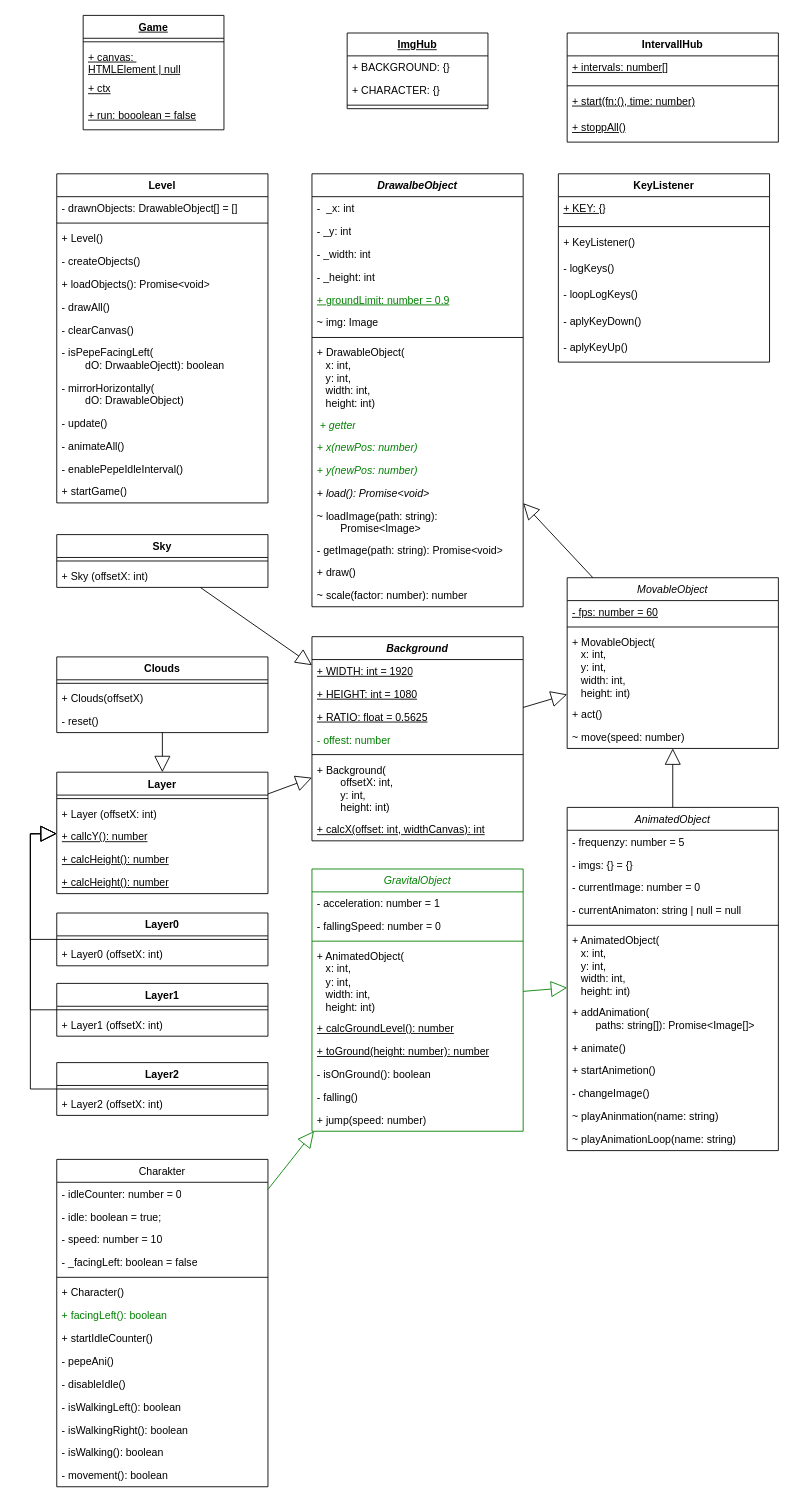
elma1989/el-pollo-loco keeps this draw.io diagram as docs/classes.drawio. Above is the earlier version. Source tidied: cells renumbered, new cells numbered last; positions are measured from the earlier drawing's top-left corner, leaving out a move shared by most shapes. Both pictures are drawn from the tidied source at 88%, with x=0, y=0 at pixel (30, 15).
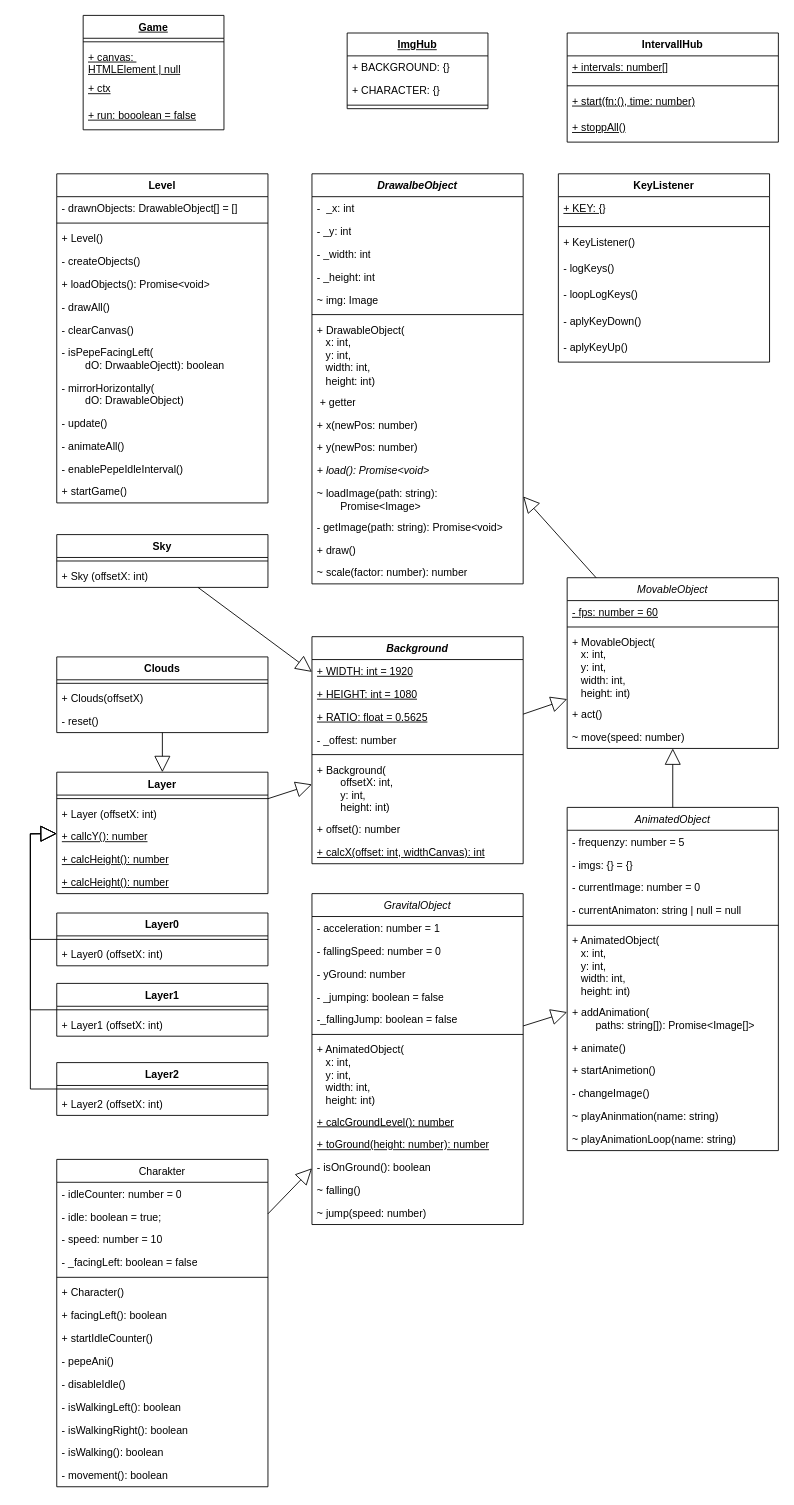
After the change.

Commit message (it also covers changes not shown here):
doc: Upated classes.drawio - Updated to gravitation (#52)

The change refers to these unchanged cells:
```xml
<mxCell id="91" value="AnimatedObject" style="swimlane;align=center;verticalAlign=top;horizontal=1;startSize=26;whiteSpace=wrap;html=1;strokeColor=default;fontStyle=2;" parent="1" vertex="1">
  <mxGeometry x="610" y="900" width="240" height="390" as="geometry" />
</mxCell>
<mxCell id="113" value="Charakter" style="swimlane;align=center;verticalAlign=top;horizontal=1;startSize=26;whiteSpace=wrap;html=1;strokeColor=default;fontStyle=0;" parent="1" vertex="1">
  <mxGeometry x="30" y="1300" width="240" height="372" as="geometry" />
</mxCell>
```

The edit, as a diff of the source:
```diff
@@
     <mxCell id="11" value="DrawalbeObject" style="swimlane;fontStyle=3;align=center;verticalAlign=top;horizontal=1;startSize=26;whiteSpace=wrap;html=1;" parent="1" vertex="1">
-      <mxGeometry x="320" y="180" width="240" height="492" as="geometry" />
+      <mxGeometry x="320" y="180" width="240" height="466" as="geometry" />
     </mxCell>
@@
-    <mxCell id="16" value="+ groundLimit: number = 0.9" style="text;strokeColor=none;fillColor=none;align=left;verticalAlign=top;spacingLeft=4;spacingRight=4;overflow=hidden;whiteSpace=wrap;html=1;fontStyle=4;fontColor=light-dark(#008000,#80FF80);" parent="11" vertex="1">
-      <mxGeometry y="130" width="240" height="26" as="geometry" />
-    </mxCell>
     <mxCell id="17" value="~ img: Image" style="text;strokeColor=none;fillColor=none;align=left;verticalAlign=top;spacingLeft=4;spacingRight=4;overflow=hidden;whiteSpace=wrap;html=1;" parent="11" vertex="1">
-      <mxGeometry y="156" width="240" height="26" as="geometry" />
+      <mxGeometry y="130" width="240" height="26" as="geometry" />
     </mxCell>
     <mxCell id="18" style="line;strokeWidth=1;fillColor=none;align=left;verticalAlign=middle;spacingTop=-1;spacingLeft=3;spacingRight=3;labelPosition=right;strokeColor=inherit;" parent="11" vertex="1">
-      <mxGeometry y="182" width="240" height="8" as="geometry" />
+      <mxGeometry y="156" width="240" height="8" as="geometry" />
     </mxCell>
     <mxCell id="19" value="+ DrawableObject(&lt;div&gt;&amp;nbsp; &amp;nbsp;x: int,&lt;/div&gt;&lt;div&gt;&amp;nbsp; &amp;nbsp;y: int,&lt;/div&gt;&lt;div&gt;&amp;nbsp; &amp;nbsp;width: int,&lt;/div&gt;&lt;div&gt;&amp;nbsp; &amp;nbsp;height: int)&lt;/div&gt;" style="text;strokeColor=none;fillColor=none;align=left;verticalAlign=top;spacingLeft=4;spacingRight=4;overflow=hidden;whiteSpace=wrap;html=1;" parent="11" vertex="1">
-      <mxGeometry y="190" width="240" height="82" as="geometry" />
+      <mxGeometry y="164" width="240" height="82" as="geometry" />
     </mxCell>
-    <mxCell id="20" value="&amp;nbsp;+ getter" style="text;strokeColor=none;fillColor=none;align=left;verticalAlign=top;spacingLeft=4;spacingRight=4;overflow=hidden;whiteSpace=wrap;html=1;fontStyle=2;fontColor=light-dark(#008000,#80FF80);" parent="11" vertex="1">
-      <mxGeometry y="272" width="240" height="26" as="geometry" />
+    <mxCell id="20" value=" + getter" style="text;strokeColor=none;fillColor=none;align=left;verticalAlign=top;spacingLeft=4;spacingRight=4;overflow=hidden;whiteSpace=wrap;html=1;" parent="11" vertex="1">
+      <mxGeometry y="246" width="240" height="26" as="geometry" />
     </mxCell>
-    <mxCell id="21" value="+ x(newPos: number)" style="text;strokeColor=none;fillColor=none;align=left;verticalAlign=top;spacingLeft=4;spacingRight=4;overflow=hidden;whiteSpace=wrap;html=1;fontStyle=2;fontColor=light-dark(#008000,#80FF80);" parent="11" vertex="1">
-      <mxGeometry y="298" width="240" height="26" as="geometry" />
+    <mxCell id="21" value="+ x(newPos: number)" style="text;strokeColor=none;fillColor=none;align=left;verticalAlign=top;spacingLeft=4;spacingRight=4;overflow=hidden;whiteSpace=wrap;html=1;" parent="11" vertex="1">
+      <mxGeometry y="272" width="240" height="26" as="geometry" />
     </mxCell>
-    <mxCell id="22" value="+ y(newPos: number)" style="text;strokeColor=none;fillColor=none;align=left;verticalAlign=top;spacingLeft=4;spacingRight=4;overflow=hidden;whiteSpace=wrap;html=1;fontStyle=2;fontColor=light-dark(#008000,#80FF80);" parent="11" vertex="1">
-      <mxGeometry y="324" width="240" height="26" as="geometry" />
+    <mxCell id="22" value="+ y(newPos: number)" style="text;strokeColor=none;fillColor=none;align=left;verticalAlign=top;spacingLeft=4;spacingRight=4;overflow=hidden;whiteSpace=wrap;html=1;" parent="11" vertex="1">
+      <mxGeometry y="298" width="240" height="26" as="geometry" />
     </mxCell>
     <mxCell id="23" value="+ load(): Promise&amp;lt;void&amp;gt;" style="text;strokeColor=none;fillColor=none;align=left;verticalAlign=top;spacingLeft=4;spacingRight=4;overflow=hidden;whiteSpace=wrap;html=1;fontStyle=2;" parent="11" vertex="1">
-      <mxGeometry y="350" width="240" height="26" as="geometry" />
+      <mxGeometry y="324" width="240" height="26" as="geometry" />
     </mxCell>
     <mxCell id="24" value="~ loadImage(path: string): &lt;span style=&quot;white-space: pre;&quot;&gt;&#9;&lt;/span&gt;Promise&amp;lt;Image&amp;gt;" style="text;strokeColor=none;fillColor=none;align=left;verticalAlign=top;spacingLeft=4;spacingRight=4;overflow=hidden;whiteSpace=wrap;html=1;fontStyle=0;" parent="11" vertex="1">
-      <mxGeometry y="376" width="240" height="38" as="geometry" />
+      <mxGeometry y="350" width="240" height="38" as="geometry" />
     </mxCell>
     <mxCell id="25" value="- getImage(path: string): Promise&amp;lt;void&amp;gt;" style="text;strokeColor=none;fillColor=none;align=left;verticalAlign=top;spacingLeft=4;spacingRight=4;overflow=hidden;whiteSpace=wrap;html=1;" parent="11" vertex="1">
-      <mxGeometry y="414" width="240" height="26" as="geometry" />
+      <mxGeometry y="388" width="240" height="26" as="geometry" />
     </mxCell>
     <mxCell id="26" value="+ draw()" style="text;strokeColor=none;fillColor=none;align=left;verticalAlign=top;spacingLeft=4;spacingRight=4;overflow=hidden;whiteSpace=wrap;html=1;" parent="11" vertex="1">
-      <mxGeometry y="440" width="240" height="26" as="geometry" />
+      <mxGeometry y="414" width="240" height="26" as="geometry" />
     </mxCell>
     <mxCell id="27" value="~ scale(factor: number): number" style="text;strokeColor=none;fillColor=none;align=left;verticalAlign=top;spacingLeft=4;spacingRight=4;overflow=hidden;whiteSpace=wrap;html=1;" parent="11" vertex="1">
-      <mxGeometry y="466" width="240" height="26" as="geometry" />
+      <mxGeometry y="440" width="240" height="26" as="geometry" />
     </mxCell>
     <mxCell id="28" value="Background" style="swimlane;fontStyle=3;align=center;verticalAlign=top;horizontal=1;startSize=26;whiteSpace=wrap;html=1;" parent="1" vertex="1">
-      <mxGeometry x="320" y="706" width="240" height="232" as="geometry" />
+      <mxGeometry x="320" y="706" width="240" height="258" as="geometry" />
     </mxCell>
@@
-    <mxCell id="32" value="- offest: number" style="text;strokeColor=none;fillColor=none;align=left;verticalAlign=top;spacingLeft=4;spacingRight=4;overflow=hidden;whiteSpace=wrap;html=1;fontStyle=0;fontColor=light-dark(#008000,#80FF80);" parent="28" vertex="1">
+    <mxCell id="32" value="- _offest: number" style="text;strokeColor=none;fillColor=none;align=left;verticalAlign=top;spacingLeft=4;spacingRight=4;overflow=hidden;whiteSpace=wrap;html=1;" parent="28" vertex="1">
       <mxGeometry y="104" width="240" height="26" as="geometry" />
     </mxCell>
@@
+    <mxCell id="141" value="+ offset(): number" style="text;strokeColor=none;fillColor=none;align=left;verticalAlign=top;spacingLeft=4;spacingRight=4;overflow=hidden;whiteSpace=wrap;html=1;fontStyle=0;" parent="28" vertex="1">
+      <mxGeometry y="206" width="240" height="26" as="geometry" />
+    </mxCell>
     <mxCell id="35" value="+ calcX(offset: int, widthCanvas): int" style="text;strokeColor=none;fillColor=none;align=left;verticalAlign=top;spacingLeft=4;spacingRight=4;overflow=hidden;whiteSpace=wrap;html=1;fontStyle=4;" parent="28" vertex="1">
-      <mxGeometry y="206" width="240" height="26" as="geometry" />
+      <mxGeometry y="232" width="240" height="26" as="geometry" />
     </mxCell>
@@
-    <mxCell id="120" value="+ facingLeft(): boolean" style="text;strokeColor=none;fillColor=none;align=left;verticalAlign=top;spacingLeft=4;spacingRight=4;overflow=hidden;whiteSpace=wrap;html=1;fontStyle=0;fontColor=light-dark(#008000,#80FF80);" parent="113" vertex="1">
+    <mxCell id="120" value="+ facingLeft(): boolean" style="text;strokeColor=none;fillColor=none;align=left;verticalAlign=top;spacingLeft=4;spacingRight=4;overflow=hidden;whiteSpace=wrap;html=1;" parent="113" vertex="1">
       <mxGeometry y="164" width="240" height="26" as="geometry" />
     </mxCell>
@@
-    <mxCell id="129" value="GravitalObject" style="swimlane;align=center;verticalAlign=top;horizontal=1;startSize=26;whiteSpace=wrap;html=1;strokeColor=light-dark(#008000,#80FF80);fontStyle=2;fontColor=light-dark(#008000,#80FF80);" parent="1" vertex="1">
-      <mxGeometry x="320" y="970" width="240" height="298" as="geometry" />
+    <mxCell id="129" value="GravitalObject" style="swimlane;align=center;verticalAlign=top;horizontal=1;startSize=26;whiteSpace=wrap;html=1;strokeColor=default;fontStyle=2;fontColor=default;" parent="1" vertex="1">
+      <mxGeometry x="320" y="998" width="240" height="376" as="geometry" />
     </mxCell>
@@
+    <mxCell id="142" value="- yGround: number" style="text;strokeColor=none;fillColor=none;align=left;verticalAlign=top;spacingLeft=4;spacingRight=4;overflow=hidden;whiteSpace=wrap;html=1;fontStyle=0;" parent="129" vertex="1">
+      <mxGeometry y="78" width="240" height="26" as="geometry" />
+    </mxCell>
+    <mxCell id="143" value="- _jumping: boolean = false" style="text;strokeColor=none;fillColor=none;align=left;verticalAlign=top;spacingLeft=4;spacingRight=4;overflow=hidden;whiteSpace=wrap;html=1;fontStyle=0;" parent="129" vertex="1">
+      <mxGeometry y="104" width="240" height="26" as="geometry" />
+    </mxCell>
+    <mxCell id="144" value="-_fallingJump: boolean = false" style="text;strokeColor=none;fillColor=none;align=left;verticalAlign=top;spacingLeft=4;spacingRight=4;overflow=hidden;whiteSpace=wrap;html=1;fontStyle=0;" parent="129" vertex="1">
+      <mxGeometry y="130" width="240" height="26" as="geometry" />
+    </mxCell>
     <mxCell id="132" style="line;strokeWidth=1;fillColor=none;align=left;verticalAlign=middle;spacingTop=-1;spacingLeft=3;spacingRight=3;labelPosition=right;strokeColor=inherit;" parent="129" vertex="1">
-      <mxGeometry y="78" width="240" height="8" as="geometry" />
+      <mxGeometry y="156" width="240" height="8" as="geometry" />
     </mxCell>
     <mxCell id="133" value="+ AnimatedObject(&lt;div&gt;&amp;nbsp; &amp;nbsp;x: int,&lt;/div&gt;&lt;div&gt;&amp;nbsp; &amp;nbsp;y: int,&lt;/div&gt;&lt;div&gt;&amp;nbsp; &amp;nbsp;width: int,&lt;/div&gt;&lt;div&gt;&amp;nbsp; &amp;nbsp;height: int)&lt;/div&gt;" style="text;strokeColor=none;fillColor=none;align=left;verticalAlign=top;spacingLeft=4;spacingRight=4;overflow=hidden;whiteSpace=wrap;html=1;" parent="129" vertex="1">
-      <mxGeometry y="86" width="240" height="82" as="geometry" />
+      <mxGeometry y="164" width="240" height="82" as="geometry" />
     </mxCell>
     <mxCell id="134" value="+ calcGroundLevel(): number" style="text;strokeColor=none;fillColor=none;align=left;verticalAlign=top;spacingLeft=4;spacingRight=4;overflow=hidden;whiteSpace=wrap;html=1;fontStyle=4;" parent="129" vertex="1">
-      <mxGeometry y="168" width="240" height="26" as="geometry" />
+      <mxGeometry y="246" width="240" height="26" as="geometry" />
     </mxCell>
     <mxCell id="135" value="+ toGround(height: number): number" style="text;strokeColor=none;fillColor=none;align=left;verticalAlign=top;spacingLeft=4;spacingRight=4;overflow=hidden;whiteSpace=wrap;html=1;fontStyle=4;" parent="129" vertex="1">
-      <mxGeometry y="194" width="240" height="26" as="geometry" />
+      <mxGeometry y="272" width="240" height="26" as="geometry" />
     </mxCell>
     <mxCell id="136" value="- isOnGround(): boolean" style="text;strokeColor=none;fillColor=none;align=left;verticalAlign=top;spacingLeft=4;spacingRight=4;overflow=hidden;whiteSpace=wrap;html=1;fontStyle=0;" parent="129" vertex="1">
-      <mxGeometry y="220" width="240" height="26" as="geometry" />
+      <mxGeometry y="298" width="240" height="26" as="geometry" />
     </mxCell>
-    <mxCell id="137" value="- falling()" style="text;strokeColor=none;fillColor=none;align=left;verticalAlign=top;spacingLeft=4;spacingRight=4;overflow=hidden;whiteSpace=wrap;html=1;fontStyle=0;" parent="129" vertex="1">
-      <mxGeometry y="246" width="240" height="26" as="geometry" />
+    <mxCell id="137" value="~ falling()" style="text;strokeColor=none;fillColor=none;align=left;verticalAlign=top;spacingLeft=4;spacingRight=4;overflow=hidden;whiteSpace=wrap;html=1;fontStyle=0;" parent="129" vertex="1">
+      <mxGeometry y="324" width="240" height="26" as="geometry" />
     </mxCell>
-    <mxCell id="138" value="+ jump(speed: number)" style="text;strokeColor=none;fillColor=none;align=left;verticalAlign=top;spacingLeft=4;spacingRight=4;overflow=hidden;whiteSpace=wrap;html=1;fontStyle=0;" parent="129" vertex="1">
-      <mxGeometry y="272" width="240" height="26" as="geometry" />
+    <mxCell id="138" value="~ jump(speed: number)" style="text;strokeColor=none;fillColor=none;align=left;verticalAlign=top;spacingLeft=4;spacingRight=4;overflow=hidden;whiteSpace=wrap;html=1;fontStyle=0;" parent="129" vertex="1">
+      <mxGeometry y="350" width="240" height="26" as="geometry" />
     </mxCell>
-    <mxCell id="139" style="endArrow=block;endSize=16;endFill=0;html=1;rounded=0;strokeColor=light-dark(#008000,#80FF80);" parent="1" edge="1" source="129" target="91">
+    <mxCell id="139" style="endArrow=block;endSize=16;endFill=0;html=1;rounded=0;strokeColor=default;" parent="1" edge="1" source="129" target="91">
       <mxGeometry relative="1" as="geometry" />
     </mxCell>
-    <mxCell id="140" style="endArrow=block;endSize=16;endFill=0;html=1;rounded=0;strokeColor=light-dark(#008000,#80FF80);" parent="1" edge="1" source="113" target="129">
+    <mxCell id="140" style="endArrow=block;endSize=16;endFill=0;html=1;rounded=0;strokeColor=default;" parent="1" edge="1" source="113" target="129">
       <mxGeometry relative="1" as="geometry" />
     </mxCell>
```
